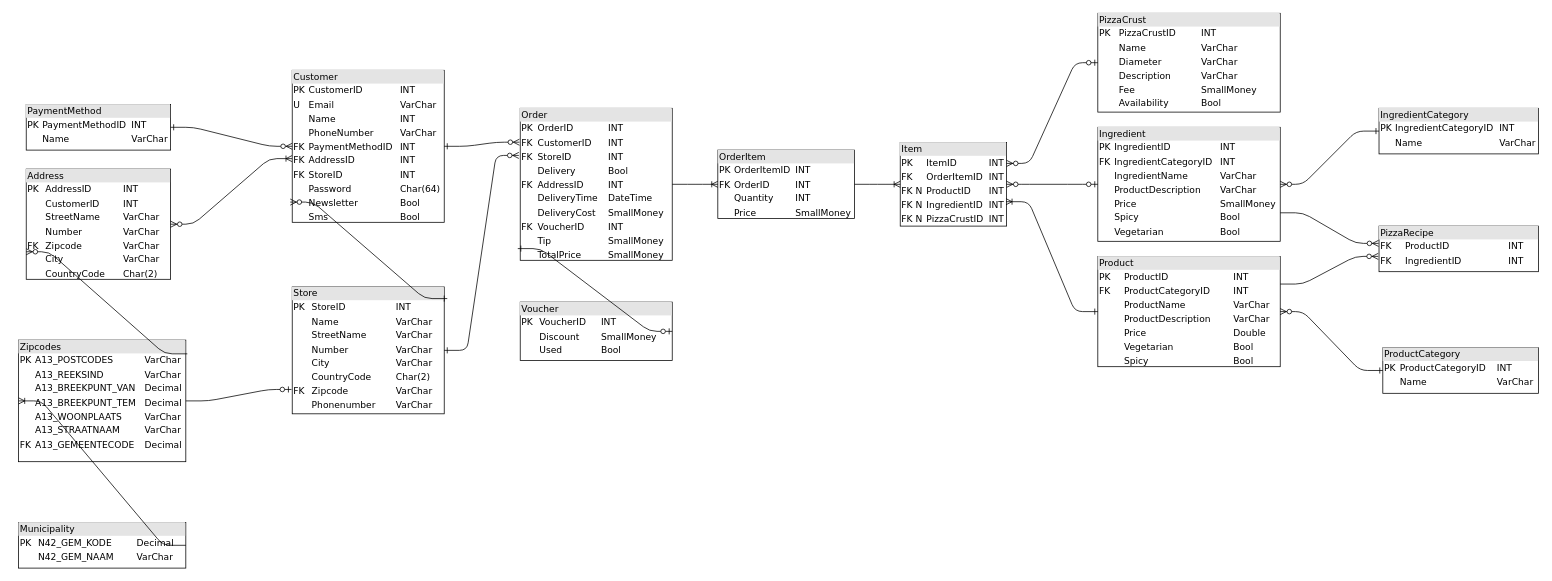
Above: DBO_huidige_situatie.drawio in SlatanEnLexSemester4/Mario-Pizza-Case (draw.io), before the change. Source tidied: cells renumbered, new cells numbered last; positions are measured from the earlier drawing's top-left corner, leaving out a move shared by most shapes. Both pictures are drawn from the tidied source at 76%, with x=0, y=0 at pixel (18, 13).
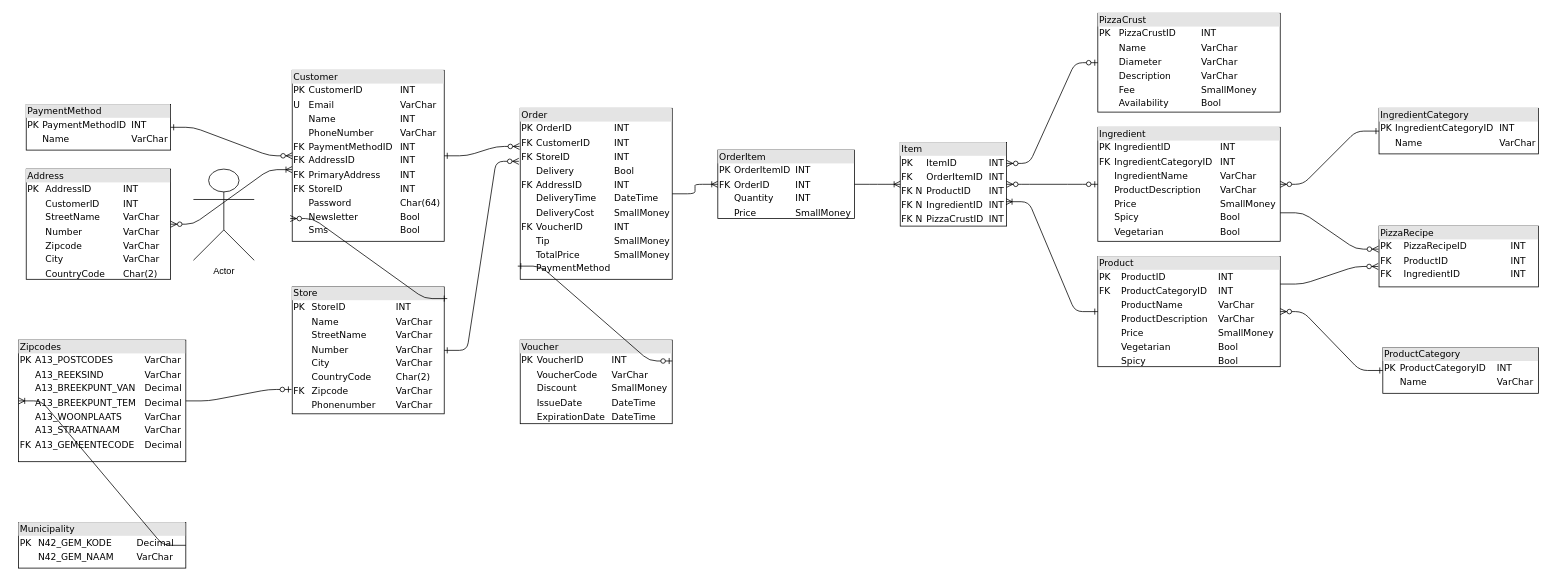
The same diagram, later.

Unchanged cells that the change refers to:
```xml
<mxCell id="6" value="&lt;div style=&quot;box-sizing: border-box ; width: 100% ; background: #e4e4e4 ; padding: 2px&quot;&gt;Zipcodes&lt;br&gt;&lt;/div&gt;&lt;table style=&quot;width: 100% ; font-size: 1em&quot; cellspacing=&quot;0&quot; cellpadding=&quot;2&quot;&gt;&lt;tbody&gt;&lt;tr&gt;&lt;td&gt;PK&lt;/td&gt;&lt;td&gt;A13_POSTCODES&lt;br&gt;&lt;/td&gt;&lt;td&gt;VarChar&lt;/td&gt;&lt;/tr&gt;&lt;tr&gt;&lt;td&gt;&lt;br&gt;&lt;/td&gt;&lt;td&gt;A13_REEKSIND&lt;br&gt;&lt;/td&gt;&lt;td&gt;VarChar&lt;br&gt;&lt;/td&gt;&lt;/tr&gt;&lt;tr&gt;&lt;td&gt;&lt;br&gt;&lt;/td&gt;&lt;td&gt;A13_BREEKPUNT_VAN&lt;br&gt;&lt;/td&gt;&lt;td&gt;Decimal&lt;br&gt;&lt;/td&gt;&lt;/tr&gt;&lt;tr&gt;&lt;td&gt;&lt;br&gt;&lt;/td&gt;&lt;td&gt;A13_BREEKPUNT_TEM&lt;br&gt;&lt;/td&gt;&lt;td&gt;Decimal&lt;br&gt;&lt;/td&gt;&lt;/tr&gt;&lt;tr&gt;&lt;td&gt;&lt;br&gt;&lt;/td&gt;&lt;td&gt;A13_WOONPLAATS&lt;br&gt;&lt;/td&gt;&lt;td&gt;VarChar&lt;br&gt;&lt;/td&gt;&lt;/tr&gt;&lt;tr&gt;&lt;td&gt;&lt;br&gt;&lt;/td&gt;&lt;td&gt;A13_STRAATNAAM&lt;br&gt;&lt;/td&gt;&lt;td&gt;VarChar&lt;br&gt;&lt;/td&gt;&lt;/tr&gt;&lt;tr&gt;&lt;td&gt;FK&lt;/td&gt;&lt;td&gt;A13_GEMEENTECODE&lt;br&gt;&lt;/td&gt;&lt;td&gt;Decimal&lt;/td&gt;&lt;/tr&gt;&lt;tr&gt;&lt;td&gt;&lt;br&gt;&lt;/td&gt;&lt;td&gt;&lt;br&gt;&lt;/td&gt;&lt;td&gt;&lt;br&gt;&lt;/td&gt;&lt;/tr&gt;&lt;tr&gt;&lt;td&gt;&lt;br&gt;&lt;/td&gt;&lt;td&gt;&lt;br&gt;&lt;/td&gt;&lt;td&gt;&lt;br&gt;&lt;/td&gt;&lt;/tr&gt;&lt;tr&gt;&lt;td&gt;&lt;br&gt;&lt;/td&gt;&lt;td&gt;&lt;br&gt;&lt;/td&gt;&lt;td&gt;&lt;br&gt;&lt;/td&gt;&lt;/tr&gt;&lt;tr&gt;&lt;td&gt;&lt;br&gt;&lt;/td&gt;&lt;td&gt;&lt;br&gt;&lt;/td&gt;&lt;td&gt;&lt;br&gt;&lt;/td&gt;&lt;/tr&gt;&lt;tr&gt;&lt;td&gt;&lt;br&gt;&lt;/td&gt;&lt;td&gt;&lt;br&gt;&lt;/td&gt;&lt;td&gt;&lt;br&gt;&lt;/td&gt;&lt;/tr&gt;&lt;/tbody&gt;&lt;/table&gt;" style="verticalAlign=top;align=left;overflow=fill;html=1;rounded=0;shadow=0;comic=0;labelBackgroundColor=none;strokeWidth=1;fontFamily=Verdana;fontSize=12;" parent="1" vertex="1">
  <mxGeometry y="430" width="220" height="160" as="geometry" />
</mxCell>
```

What changed in the source:
```diff
@@
-    <mxCell id="2" value="&lt;div style=&quot;box-sizing: border-box ; width: 100% ; background: #e4e4e4 ; padding: 2px&quot;&gt;Product&lt;br&gt;&lt;/div&gt;&lt;table style=&quot;width: 100% ; font-size: 1em&quot; cellspacing=&quot;0&quot; cellpadding=&quot;2&quot;&gt;&lt;tbody&gt;&lt;tr&gt;&lt;td&gt;PK&amp;nbsp;&lt;/td&gt;&lt;td&gt;&lt;br&gt;&lt;/td&gt;&lt;td&gt;ProductID&lt;/td&gt;&lt;td&gt;INT&lt;br&gt;&lt;/td&gt;&lt;/tr&gt;&lt;tr&gt;&lt;td&gt;FK&lt;/td&gt;&lt;td&gt;&lt;br&gt;&lt;/td&gt;&lt;td&gt;ProductCategoryID&lt;br&gt;&lt;/td&gt;&lt;td&gt;INT&lt;/td&gt;&lt;/tr&gt;&lt;tr&gt;&lt;td&gt;&lt;br&gt;&lt;/td&gt;&lt;td&gt;&lt;br&gt;&lt;/td&gt;&lt;td&gt;ProductName&lt;br&gt;&lt;/td&gt;&lt;td&gt;VarChar&lt;br&gt;&lt;/td&gt;&lt;/tr&gt;&lt;tr&gt;&lt;td&gt;&lt;br&gt;&lt;/td&gt;&lt;td&gt;&lt;br&gt;&lt;/td&gt;&lt;td&gt;ProductDescription&lt;br&gt;&lt;/td&gt;&lt;td&gt;VarChar&lt;br&gt;&lt;/td&gt;&lt;/tr&gt;&lt;tr&gt;&lt;td&gt;&lt;br&gt;&lt;/td&gt;&lt;td&gt;&lt;br&gt;&lt;/td&gt;&lt;td&gt;Price&lt;br&gt;&lt;/td&gt;&lt;td&gt;Double&lt;/td&gt;&lt;/tr&gt;&lt;tr&gt;&lt;td&gt;&lt;br&gt;&lt;/td&gt;&lt;td&gt;&lt;br&gt;&lt;/td&gt;&lt;td&gt;Vegetarian&lt;br&gt;&lt;/td&gt;&lt;td&gt;Bool&lt;/td&gt;&lt;/tr&gt;&lt;tr&gt;&lt;td&gt;&lt;br&gt;&lt;/td&gt;&lt;td&gt;&lt;br&gt;&lt;/td&gt;&lt;td&gt;Spicy&lt;br&gt;&lt;/td&gt;&lt;td&gt;Bool&lt;br&gt;&lt;/td&gt;&lt;/tr&gt;&lt;/tbody&gt;&lt;/table&gt;" style="verticalAlign=top;align=left;overflow=fill;html=1;rounded=0;shadow=0;comic=0;labelBackgroundColor=none;strokeWidth=1;fontFamily=Verdana;fontSize=12;" parent="1" vertex="1">
+    <mxCell id="2" value="&lt;div style=&quot;box-sizing: border-box ; width: 100% ; background: #e4e4e4 ; padding: 2px&quot;&gt;Product&lt;br&gt;&lt;/div&gt;&lt;table style=&quot;width: 100% ; font-size: 1em&quot; cellspacing=&quot;0&quot; cellpadding=&quot;2&quot;&gt;&lt;tbody&gt;&lt;tr&gt;&lt;td&gt;PK&amp;nbsp;&lt;/td&gt;&lt;td&gt;&lt;br&gt;&lt;/td&gt;&lt;td&gt;ProductID&lt;/td&gt;&lt;td&gt;INT&lt;br&gt;&lt;/td&gt;&lt;/tr&gt;&lt;tr&gt;&lt;td&gt;FK&lt;/td&gt;&lt;td&gt;&lt;br&gt;&lt;/td&gt;&lt;td&gt;ProductCategoryID&lt;br&gt;&lt;/td&gt;&lt;td&gt;INT&lt;/td&gt;&lt;/tr&gt;&lt;tr&gt;&lt;td&gt;&lt;br&gt;&lt;/td&gt;&lt;td&gt;&lt;br&gt;&lt;/td&gt;&lt;td&gt;ProductName&lt;br&gt;&lt;/td&gt;&lt;td&gt;VarChar&lt;br&gt;&lt;/td&gt;&lt;/tr&gt;&lt;tr&gt;&lt;td&gt;&lt;br&gt;&lt;/td&gt;&lt;td&gt;&lt;br&gt;&lt;/td&gt;&lt;td&gt;ProductDescription&lt;br&gt;&lt;/td&gt;&lt;td&gt;VarChar&lt;br&gt;&lt;/td&gt;&lt;/tr&gt;&lt;tr&gt;&lt;td&gt;&lt;br&gt;&lt;/td&gt;&lt;td&gt;&lt;br&gt;&lt;/td&gt;&lt;td&gt;Price&lt;br&gt;&lt;/td&gt;&lt;td&gt;SmallMoney&lt;br&gt;&lt;/td&gt;&lt;/tr&gt;&lt;tr&gt;&lt;td&gt;&lt;br&gt;&lt;/td&gt;&lt;td&gt;&lt;br&gt;&lt;/td&gt;&lt;td&gt;Vegetarian&lt;br&gt;&lt;/td&gt;&lt;td&gt;Bool&lt;/td&gt;&lt;/tr&gt;&lt;tr&gt;&lt;td&gt;&lt;br&gt;&lt;/td&gt;&lt;td&gt;&lt;br&gt;&lt;/td&gt;&lt;td&gt;Spicy&lt;br&gt;&lt;/td&gt;&lt;td&gt;Bool&lt;br&gt;&lt;/td&gt;&lt;/tr&gt;&lt;/tbody&gt;&lt;/table&gt;" style="verticalAlign=top;align=left;overflow=fill;html=1;rounded=0;shadow=0;comic=0;labelBackgroundColor=none;strokeWidth=1;fontFamily=Verdana;fontSize=12;" parent="1" vertex="1">
       <mxGeometry x="1420" y="320" width="240" height="145" as="geometry" />
     </mxCell>
@@
-    <mxCell id="12" value="&lt;div style=&quot;box-sizing: border-box ; width: 100% ; background: #e4e4e4 ; padding: 2px&quot;&gt;PizzaRecipe&lt;br&gt;&lt;/div&gt;&lt;table style=&quot;width: 100% ; font-size: 1em&quot; cellspacing=&quot;0&quot; cellpadding=&quot;2&quot;&gt;&lt;tbody&gt;&lt;tr&gt;&lt;td&gt;FK&lt;/td&gt;&lt;td&gt;ProductID&lt;br&gt;&lt;/td&gt;&lt;td&gt;INT&lt;/td&gt;&lt;/tr&gt;&lt;tr&gt;&lt;td&gt;FK&lt;/td&gt;&lt;td&gt;IngredientID&lt;br&gt;&lt;/td&gt;&lt;td&gt;INT&lt;/td&gt;&lt;/tr&gt;&lt;/tbody&gt;&lt;/table&gt;" style="verticalAlign=top;align=left;overflow=fill;html=1;rounded=0;shadow=0;comic=0;labelBackgroundColor=none;strokeWidth=1;fontFamily=Verdana;fontSize=12;" parent="1" vertex="1">
-      <mxGeometry x="1790" y="280" width="210" height="60" as="geometry" />
+    <mxCell id="12" value="&lt;div style=&quot;box-sizing: border-box ; width: 100% ; background: #e4e4e4 ; padding: 2px&quot;&gt;PizzaRecipe&lt;br&gt;&lt;/div&gt;&lt;table style=&quot;width: 100% ; font-size: 1em&quot; cellspacing=&quot;0&quot; cellpadding=&quot;2&quot;&gt;&lt;tbody&gt;&lt;tr&gt;&lt;td&gt;PK&lt;/td&gt;&lt;td&gt;PizzaRecipeID&lt;/td&gt;&lt;td&gt;INT&lt;/td&gt;&lt;/tr&gt;&lt;tr&gt;&lt;td&gt;FK&lt;/td&gt;&lt;td&gt;ProductID&lt;br&gt;&lt;/td&gt;&lt;td&gt;INT&lt;/td&gt;&lt;/tr&gt;&lt;tr&gt;&lt;td&gt;FK&lt;/td&gt;&lt;td&gt;IngredientID&lt;br&gt;&lt;/td&gt;&lt;td&gt;INT&lt;/td&gt;&lt;/tr&gt;&lt;/tbody&gt;&lt;/table&gt;" style="verticalAlign=top;align=left;overflow=fill;html=1;rounded=0;shadow=0;comic=0;labelBackgroundColor=none;strokeWidth=1;fontFamily=Verdana;fontSize=12;" parent="1" vertex="1">
+      <mxGeometry x="1790" y="280" width="210" height="80" as="geometry" />
     </mxCell>
@@
-    <mxCell id="14" value="&lt;div style=&quot;box-sizing: border-box ; width: 100% ; background: #e4e4e4 ; padding: 2px&quot;&gt;Order&lt;br&gt;&lt;/div&gt;&lt;table style=&quot;width: 100% ; font-size: 1em&quot; cellspacing=&quot;0&quot; cellpadding=&quot;2&quot;&gt;&lt;tbody&gt;&lt;tr&gt;&lt;td&gt;PK&lt;/td&gt;&lt;td&gt;OrderID&lt;br&gt;&lt;/td&gt;&lt;td&gt;INT&lt;/td&gt;&lt;/tr&gt;&lt;tr&gt;&lt;td&gt;FK&lt;/td&gt;&lt;td&gt;CustomerID&lt;br&gt;&lt;/td&gt;&lt;td&gt;INT&lt;/td&gt;&lt;/tr&gt;&lt;tr&gt;&lt;td&gt;FK&lt;/td&gt;&lt;td&gt;StoreID&lt;/td&gt;&lt;td&gt;INT&lt;/td&gt;&lt;/tr&gt;&lt;tr&gt;&lt;td&gt;&lt;br&gt;&lt;/td&gt;&lt;td&gt;Delivery&lt;/td&gt;&lt;td&gt;Bool&lt;/td&gt;&lt;/tr&gt;&lt;tr&gt;&lt;td&gt;FK&lt;/td&gt;&lt;td&gt;AddressID&lt;/td&gt;&lt;td&gt;INT&lt;/td&gt;&lt;/tr&gt;&lt;tr&gt;&lt;td&gt;&lt;br&gt;&lt;/td&gt;&lt;td&gt;DeliveryTime&lt;/td&gt;&lt;td&gt;DateTime&lt;/td&gt;&lt;/tr&gt;&lt;tr&gt;&lt;td&gt;&lt;br&gt;&lt;/td&gt;&lt;td&gt;DeliveryCost&lt;/td&gt;&lt;td&gt;SmallMoney&lt;/td&gt;&lt;/tr&gt;&lt;tr&gt;&lt;td&gt;FK&lt;/td&gt;&lt;td&gt;VoucherID&lt;/td&gt;&lt;td&gt;INT&lt;/td&gt;&lt;/tr&gt;&lt;tr&gt;&lt;td&gt;&lt;br&gt;&lt;/td&gt;&lt;td&gt;Tip&lt;/td&gt;&lt;td&gt;SmallMoney&lt;br&gt;&lt;/td&gt;&lt;/tr&gt;&lt;tr&gt;&lt;td&gt;&lt;br&gt;&lt;/td&gt;&lt;td&gt;TotalPrice&lt;br&gt;&lt;/td&gt;&lt;td&gt;SmallMoney&lt;br&gt;&lt;/td&gt;&lt;/tr&gt;&lt;/tbody&gt;&lt;/table&gt;" style="verticalAlign=top;align=left;overflow=fill;html=1;rounded=0;shadow=0;comic=0;labelBackgroundColor=none;strokeWidth=1;fontFamily=Verdana;fontSize=12;" parent="1" vertex="1">
-      <mxGeometry x="660" y="125" width="200" height="200" as="geometry" />
+    <mxCell id="14" value="&lt;div style=&quot;box-sizing: border-box ; width: 100% ; background: #e4e4e4 ; padding: 2px&quot;&gt;Order&lt;br&gt;&lt;/div&gt;&lt;table style=&quot;width: 100% ; font-size: 1em&quot; cellspacing=&quot;0&quot; cellpadding=&quot;2&quot;&gt;&lt;tbody&gt;&lt;tr&gt;&lt;td&gt;PK&lt;/td&gt;&lt;td&gt;OrderID&lt;br&gt;&lt;/td&gt;&lt;td&gt;INT&lt;/td&gt;&lt;/tr&gt;&lt;tr&gt;&lt;td&gt;FK&lt;/td&gt;&lt;td&gt;CustomerID&lt;br&gt;&lt;/td&gt;&lt;td&gt;INT&lt;/td&gt;&lt;/tr&gt;&lt;tr&gt;&lt;td&gt;FK&lt;/td&gt;&lt;td&gt;StoreID&lt;/td&gt;&lt;td&gt;INT&lt;/td&gt;&lt;/tr&gt;&lt;tr&gt;&lt;td&gt;&lt;br&gt;&lt;/td&gt;&lt;td&gt;Delivery&lt;/td&gt;&lt;td&gt;Bool&lt;/td&gt;&lt;/tr&gt;&lt;tr&gt;&lt;td&gt;FK&lt;/td&gt;&lt;td&gt;AddressID&lt;/td&gt;&lt;td&gt;INT&lt;/td&gt;&lt;/tr&gt;&lt;tr&gt;&lt;td&gt;&lt;br&gt;&lt;/td&gt;&lt;td&gt;DeliveryTime&lt;/td&gt;&lt;td&gt;DateTime&lt;/td&gt;&lt;/tr&gt;&lt;tr&gt;&lt;td&gt;&lt;br&gt;&lt;/td&gt;&lt;td&gt;DeliveryCost&lt;/td&gt;&lt;td&gt;SmallMoney&lt;/td&gt;&lt;/tr&gt;&lt;tr&gt;&lt;td&gt;FK&lt;/td&gt;&lt;td&gt;VoucherID&lt;/td&gt;&lt;td&gt;INT&lt;/td&gt;&lt;/tr&gt;&lt;tr&gt;&lt;td&gt;&lt;br&gt;&lt;/td&gt;&lt;td&gt;Tip&lt;/td&gt;&lt;td&gt;SmallMoney&lt;br&gt;&lt;/td&gt;&lt;/tr&gt;&lt;tr&gt;&lt;td&gt;&lt;br&gt;&lt;/td&gt;&lt;td&gt;TotalPrice&lt;br&gt;&lt;/td&gt;&lt;td&gt;SmallMoney&lt;br&gt;&lt;/td&gt;&lt;/tr&gt;&lt;tr&gt;&lt;td&gt;&lt;br&gt;&lt;/td&gt;&lt;td&gt;PaymentMethod&lt;/td&gt;&lt;td&gt;&lt;br&gt;&lt;/td&gt;&lt;/tr&gt;&lt;/tbody&gt;&lt;/table&gt;" style="verticalAlign=top;align=left;overflow=fill;html=1;rounded=0;shadow=0;comic=0;labelBackgroundColor=none;strokeWidth=1;fontFamily=Verdana;fontSize=12;" parent="1" vertex="1">
+      <mxGeometry x="660" y="125" width="200" height="225" as="geometry" />
     </mxCell>
-    <mxCell id="15" value="&lt;div style=&quot;box-sizing: border-box ; width: 100% ; background: #e4e4e4 ; padding: 2px&quot;&gt;Customer&lt;br&gt;&lt;/div&gt;&lt;table style=&quot;width: 100% ; font-size: 1em&quot; cellspacing=&quot;0&quot; cellpadding=&quot;2&quot;&gt;&lt;tbody&gt;&lt;tr&gt;&lt;td&gt;PK&lt;/td&gt;&lt;td&gt;CustomerID&lt;br&gt;&lt;/td&gt;&lt;td&gt;INT&lt;/td&gt;&lt;/tr&gt;&lt;tr&gt;&lt;td&gt;U&lt;/td&gt;&lt;td&gt;Email&lt;br&gt;&lt;/td&gt;&lt;td&gt;VarChar&lt;/td&gt;&lt;/tr&gt;&lt;tr&gt;&lt;td&gt;&lt;br&gt;&lt;/td&gt;&lt;td&gt;Name&lt;/td&gt;&lt;td&gt;INT&lt;/td&gt;&lt;/tr&gt;&lt;tr&gt;&lt;td&gt;&lt;br&gt;&lt;/td&gt;&lt;td&gt;PhoneNumber&lt;/td&gt;&lt;td&gt;VarChar&lt;/td&gt;&lt;/tr&gt;&lt;tr&gt;&lt;td&gt;FK&lt;/td&gt;&lt;td&gt;PaymentMethodID&lt;/td&gt;&lt;td&gt;INT&lt;/td&gt;&lt;/tr&gt;&lt;tr&gt;&lt;td&gt;FK&lt;/td&gt;&lt;td&gt;AddressID&lt;br&gt;&lt;/td&gt;&lt;td&gt;INT&lt;/td&gt;&lt;/tr&gt;&lt;tr&gt;&lt;td&gt;FK&lt;/td&gt;&lt;td&gt;StoreID&lt;/td&gt;&lt;td&gt;INT&lt;/td&gt;&lt;/tr&gt;&lt;tr&gt;&lt;td&gt;&lt;br&gt;&lt;/td&gt;&lt;td&gt;Password&lt;/td&gt;&lt;td&gt;Char(64)&lt;/td&gt;&lt;/tr&gt;&lt;tr&gt;&lt;td&gt;&lt;br&gt;&lt;/td&gt;&lt;td&gt;Newsletter&lt;/td&gt;&lt;td&gt;Bool&lt;/td&gt;&lt;/tr&gt;&lt;tr&gt;&lt;td&gt;&lt;br&gt;&lt;/td&gt;&lt;td&gt;Sms&lt;/td&gt;&lt;td&gt;Bool&lt;/td&gt;&lt;/tr&gt;&lt;/tbody&gt;&lt;/table&gt;" style="verticalAlign=top;align=left;overflow=fill;html=1;rounded=0;shadow=0;comic=0;labelBackgroundColor=none;strokeWidth=1;fontFamily=Verdana;fontSize=12;" parent="1" vertex="1">
-      <mxGeometry x="360" y="75" width="200" height="200" as="geometry" />
+    <mxCell id="15" value="&lt;div style=&quot;box-sizing: border-box ; width: 100% ; background: #e4e4e4 ; padding: 2px&quot;&gt;Customer&lt;br&gt;&lt;/div&gt;&lt;table style=&quot;width: 100% ; font-size: 1em&quot; cellspacing=&quot;0&quot; cellpadding=&quot;2&quot;&gt;&lt;tbody&gt;&lt;tr&gt;&lt;td&gt;PK&lt;/td&gt;&lt;td&gt;CustomerID&lt;br&gt;&lt;/td&gt;&lt;td&gt;INT&lt;/td&gt;&lt;/tr&gt;&lt;tr&gt;&lt;td&gt;U&lt;/td&gt;&lt;td&gt;Email&lt;br&gt;&lt;/td&gt;&lt;td&gt;VarChar&lt;/td&gt;&lt;/tr&gt;&lt;tr&gt;&lt;td&gt;&lt;br&gt;&lt;/td&gt;&lt;td&gt;Name&lt;/td&gt;&lt;td&gt;INT&lt;/td&gt;&lt;/tr&gt;&lt;tr&gt;&lt;td&gt;&lt;br&gt;&lt;/td&gt;&lt;td&gt;PhoneNumber&lt;/td&gt;&lt;td&gt;VarChar&lt;/td&gt;&lt;/tr&gt;&lt;tr&gt;&lt;td&gt;FK&lt;/td&gt;&lt;td&gt;PaymentMethodID&lt;/td&gt;&lt;td&gt;INT&lt;/td&gt;&lt;/tr&gt;&lt;tr&gt;&lt;td&gt;FK&lt;/td&gt;&lt;td&gt;AddressID&lt;br&gt;&lt;/td&gt;&lt;td&gt;INT&lt;/td&gt;&lt;/tr&gt;&lt;tr&gt;&lt;td&gt;FK&lt;/td&gt;&lt;td&gt;PrimaryAddress&lt;/td&gt;&lt;td&gt;INT&lt;/td&gt;&lt;/tr&gt;&lt;tr&gt;&lt;td&gt;FK&lt;/td&gt;&lt;td&gt;StoreID&lt;/td&gt;&lt;td&gt;INT&lt;/td&gt;&lt;/tr&gt;&lt;tr&gt;&lt;td&gt;&lt;br&gt;&lt;/td&gt;&lt;td&gt;Password&lt;/td&gt;&lt;td&gt;Char(64)&lt;/td&gt;&lt;/tr&gt;&lt;tr&gt;&lt;td&gt;&lt;br&gt;&lt;/td&gt;&lt;td&gt;Newsletter&lt;/td&gt;&lt;td&gt;Bool&lt;/td&gt;&lt;/tr&gt;&lt;tr&gt;&lt;td&gt;&lt;br&gt;&lt;/td&gt;&lt;td&gt;Sms&lt;/td&gt;&lt;td&gt;Bool&lt;/td&gt;&lt;/tr&gt;&lt;/tbody&gt;&lt;/table&gt;" style="verticalAlign=top;align=left;overflow=fill;html=1;rounded=0;shadow=0;comic=0;labelBackgroundColor=none;strokeWidth=1;fontFamily=Verdana;fontSize=12;" parent="1" vertex="1">
+      <mxGeometry x="360" y="75" width="200" height="225" as="geometry" />
     </mxCell>
@@
-    <mxCell id="17" value="&lt;div style=&quot;box-sizing: border-box ; width: 100% ; background: #e4e4e4 ; padding: 2px&quot;&gt;Address&lt;br&gt;&lt;/div&gt;&lt;table style=&quot;width: 100% ; font-size: 1em&quot; cellspacing=&quot;0&quot; cellpadding=&quot;2&quot;&gt;&lt;tbody&gt;&lt;tr&gt;&lt;td&gt;PK&lt;/td&gt;&lt;td&gt;AddressID&lt;br&gt;&lt;/td&gt;&lt;td&gt;INT&lt;/td&gt;&lt;/tr&gt;&lt;tr&gt;&lt;td&gt;&lt;br&gt;&lt;/td&gt;&lt;td&gt;CustomerID&lt;br&gt;&lt;/td&gt;&lt;td&gt;INT&lt;/td&gt;&lt;/tr&gt;&lt;tr&gt;&lt;td&gt;&lt;br&gt;&lt;/td&gt;&lt;td&gt;StreetName&lt;/td&gt;&lt;td&gt;VarChar&lt;/td&gt;&lt;/tr&gt;&lt;tr&gt;&lt;td&gt;&lt;br&gt;&lt;/td&gt;&lt;td&gt;Number&lt;/td&gt;&lt;td&gt;VarChar&lt;/td&gt;&lt;/tr&gt;&lt;tr&gt;&lt;td&gt;FK&lt;/td&gt;&lt;td&gt;Zipcode&lt;/td&gt;&lt;td&gt;VarChar&lt;/td&gt;&lt;/tr&gt;&lt;tr&gt;&lt;td&gt;&lt;br&gt;&lt;/td&gt;&lt;td&gt;City&lt;/td&gt;&lt;td&gt;VarChar&lt;/td&gt;&lt;/tr&gt;&lt;tr&gt;&lt;td&gt;&lt;br&gt;&lt;/td&gt;&lt;td&gt;CountryCode&lt;/td&gt;&lt;td&gt;Char(2)&lt;/td&gt;&lt;/tr&gt;&lt;/tbody&gt;&lt;/table&gt;" style="verticalAlign=top;align=left;overflow=fill;html=1;rounded=0;shadow=0;comic=0;labelBackgroundColor=none;strokeWidth=1;fontFamily=Verdana;fontSize=12;" parent="1" vertex="1">
+    <mxCell id="17" value="&lt;div style=&quot;box-sizing: border-box ; width: 100% ; background: #e4e4e4 ; padding: 2px&quot;&gt;Address&lt;br&gt;&lt;/div&gt;&lt;table style=&quot;width: 100% ; font-size: 1em&quot; cellspacing=&quot;0&quot; cellpadding=&quot;2&quot;&gt;&lt;tbody&gt;&lt;tr&gt;&lt;td&gt;PK&lt;/td&gt;&lt;td&gt;AddressID&lt;br&gt;&lt;/td&gt;&lt;td&gt;INT&lt;/td&gt;&lt;/tr&gt;&lt;tr&gt;&lt;td&gt;&lt;br&gt;&lt;/td&gt;&lt;td&gt;CustomerID&lt;br&gt;&lt;/td&gt;&lt;td&gt;INT&lt;/td&gt;&lt;/tr&gt;&lt;tr&gt;&lt;td&gt;&lt;br&gt;&lt;/td&gt;&lt;td&gt;StreetName&lt;/td&gt;&lt;td&gt;VarChar&lt;/td&gt;&lt;/tr&gt;&lt;tr&gt;&lt;td&gt;&lt;br&gt;&lt;/td&gt;&lt;td&gt;Number&lt;/td&gt;&lt;td&gt;VarChar&lt;/td&gt;&lt;/tr&gt;&lt;tr&gt;&lt;td&gt;&lt;br&gt;&lt;/td&gt;&lt;td&gt;Zipcode&lt;/td&gt;&lt;td&gt;VarChar&lt;/td&gt;&lt;/tr&gt;&lt;tr&gt;&lt;td&gt;&lt;br&gt;&lt;/td&gt;&lt;td&gt;City&lt;/td&gt;&lt;td&gt;VarChar&lt;/td&gt;&lt;/tr&gt;&lt;tr&gt;&lt;td&gt;&lt;br&gt;&lt;/td&gt;&lt;td&gt;CountryCode&lt;/td&gt;&lt;td&gt;Char(2)&lt;/td&gt;&lt;/tr&gt;&lt;/tbody&gt;&lt;/table&gt;" style="verticalAlign=top;align=left;overflow=fill;html=1;rounded=0;shadow=0;comic=0;labelBackgroundColor=none;strokeWidth=1;fontFamily=Verdana;fontSize=12;" parent="1" vertex="1">
       <mxGeometry x="10" y="205" width="190" height="145" as="geometry" />
     </mxCell>
-    <mxCell id="18" value="&lt;div style=&quot;box-sizing: border-box ; width: 100% ; background: #e4e4e4 ; padding: 2px&quot;&gt;Voucher&lt;br&gt;&lt;/div&gt;&lt;table style=&quot;width: 100% ; font-size: 1em&quot; cellspacing=&quot;0&quot; cellpadding=&quot;2&quot;&gt;&lt;tbody&gt;&lt;tr&gt;&lt;td&gt;PK&lt;/td&gt;&lt;td&gt;VoucherID&lt;br&gt;&lt;/td&gt;&lt;td&gt;INT&lt;br&gt;&lt;/td&gt;&lt;/tr&gt;&lt;tr&gt;&lt;td&gt;&lt;br&gt;&lt;/td&gt;&lt;td&gt;Discount&lt;/td&gt;&lt;td&gt;SmallMoney&lt;/td&gt;&lt;/tr&gt;&lt;tr&gt;&lt;td&gt;&lt;br&gt;&lt;/td&gt;&lt;td&gt;Used&lt;br&gt;&lt;/td&gt;&lt;td&gt;Bool&lt;/td&gt;&lt;/tr&gt;&lt;/tbody&gt;&lt;/table&gt;" style="verticalAlign=top;align=left;overflow=fill;html=1;rounded=0;shadow=0;comic=0;labelBackgroundColor=none;strokeWidth=1;fontFamily=Verdana;fontSize=12;" parent="1" vertex="1">
-      <mxGeometry x="660" y="380" width="200" height="77" as="geometry" />
+    <mxCell id="18" value="&lt;div style=&quot;box-sizing: border-box ; width: 100% ; background: #e4e4e4 ; padding: 2px&quot;&gt;Voucher&lt;br&gt;&lt;/div&gt;&lt;table style=&quot;width: 100% ; font-size: 1em&quot; cellspacing=&quot;0&quot; cellpadding=&quot;2&quot;&gt;&lt;tbody&gt;&lt;tr&gt;&lt;td&gt;PK&lt;/td&gt;&lt;td&gt;VoucherID&lt;br&gt;&lt;/td&gt;&lt;td&gt;INT&lt;br&gt;&lt;/td&gt;&lt;/tr&gt;&lt;tr&gt;&lt;td&gt;&lt;br&gt;&lt;/td&gt;&lt;td&gt;VoucherCode&lt;/td&gt;&lt;td&gt;VarChar&lt;/td&gt;&lt;/tr&gt;&lt;tr&gt;&lt;td&gt;&lt;br&gt;&lt;/td&gt;&lt;td&gt;Discount&lt;/td&gt;&lt;td&gt;SmallMoney&lt;/td&gt;&lt;/tr&gt;&lt;tr&gt;&lt;td&gt;&lt;br&gt;&lt;/td&gt;&lt;td&gt;IssueDate&lt;/td&gt;&lt;td&gt;DateTime&lt;/td&gt;&lt;/tr&gt;&lt;tr&gt;&lt;td&gt;&lt;br&gt;&lt;/td&gt;&lt;td&gt;ExpirationDate&lt;/td&gt;&lt;td&gt;DateTime&lt;br&gt;&lt;/td&gt;&lt;/tr&gt;&lt;/tbody&gt;&lt;/table&gt;" style="verticalAlign=top;align=left;overflow=fill;html=1;rounded=0;shadow=0;comic=0;labelBackgroundColor=none;strokeWidth=1;fontFamily=Verdana;fontSize=12;" parent="1" vertex="1">
+      <mxGeometry x="660" y="430" width="200" height="110" as="geometry" />
     </mxCell>
@@
-    <mxCell id="35" style="edgeStyle=entityRelationEdgeStyle;fontSize=12;html=1;endArrow=ERone;endFill=0;exitX=1;exitY=0.5;exitDx=0;exitDy=0;entryX=-0.016;entryY=0.923;entryDx=0;entryDy=0;entryPerimeter=0;startArrow=ERzeroToOne;startFill=1;" parent="1" edge="1" source="18" target="14">
+    <mxCell id="35" style="edgeStyle=entityRelationEdgeStyle;fontSize=12;html=1;endArrow=ERone;endFill=0;exitX=1;exitY=0.25;exitDx=0;exitDy=0;entryX=-0.016;entryY=0.923;entryDx=0;entryDy=0;entryPerimeter=0;startArrow=ERzeroToOne;startFill=1;" parent="1" edge="1" source="18" target="14">
       <mxGeometry relative="1" as="geometry" />
     </mxCell>
@@
-    <mxCell id="37" style="edgeStyle=entityRelationEdgeStyle;fontSize=12;html=1;endArrow=ERzeroToMany;endFill=1;exitX=1.009;exitY=0.113;exitDx=0;exitDy=0;exitPerimeter=0;entryX=0;entryY=0.75;entryDx=0;entryDy=0;" parent="1" edge="1" source="6" target="17">
-      <mxGeometry relative="1" as="geometry" />
-    </mxCell>
@@
+    <mxCell id="39" value="Actor" style="shape=umlActor;verticalLabelPosition=bottom;verticalAlign=top;html=1;" parent="1" vertex="1">
+      <mxGeometry x="230" y="205" width="80" height="120" as="geometry" />
+    </mxCell>
```
